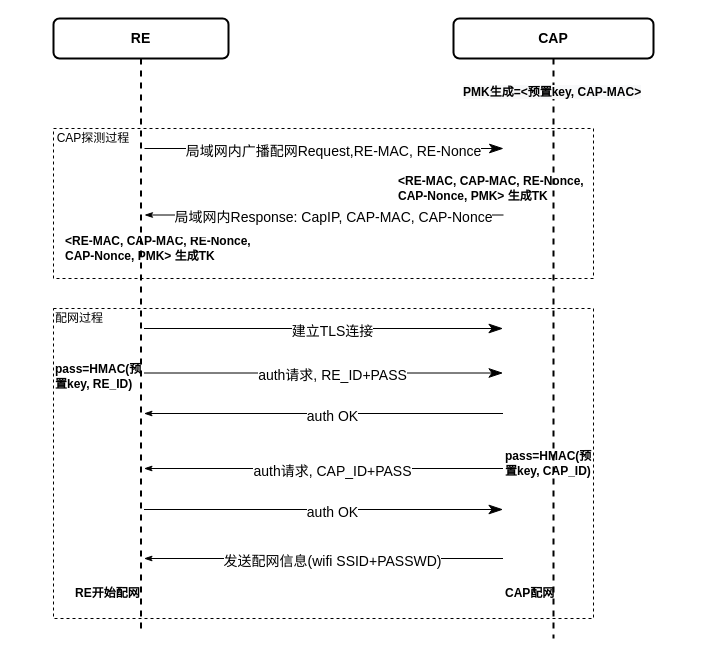
xdutaotao/draw.io keeps this draw.io diagram as page "增强方案" (2 of 2) of 有线Mesh配网.drawio. Above is the earlier version. Source tidied: cells renumbered, new cells numbered last; positions are measured from the earlier drawing's top-left corner, leaving out a move shared by most shapes. Both pictures are drawn from the tidied source at 100%, with x=0, y=0 at pixel (53, 18).
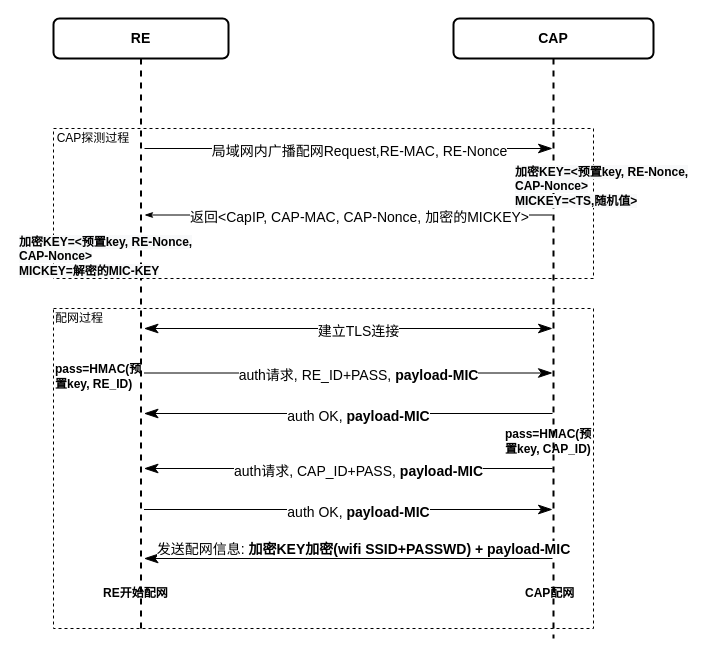
After the change.

The change refers to these unchanged cells:
```xml
<mxCell id="4" value="&lt;font style=&quot;font-size: 14px&quot;&gt;RE&lt;/font&gt;" style="shape=umlLifeline;perimeter=lifelinePerimeter;whiteSpace=wrap;html=1;strokeWidth=2;rounded=1;fontStyle=1;" parent="1" vertex="1">
  <mxGeometry width="175" height="610" as="geometry" />
</mxCell>
<mxCell id="6" value="&lt;font style=&quot;font-size: 14px&quot;&gt;CAP&lt;br&gt;&lt;/font&gt;" style="shape=umlLifeline;perimeter=lifelinePerimeter;whiteSpace=wrap;html=1;outlineConnect=0;strokeWidth=2;rounded=1;fontStyle=1;" parent="1" vertex="1">
  <mxGeometry x="400" width="200" height="620" as="geometry" />
</mxCell>
```

Change to the diagram source:
```diff
@@
     <mxCell id="2" style="rounded=0;whiteSpace=wrap;html=1;strokeWidth=1;dashed=1;" parent="1" vertex="1">
-      <mxGeometry y="290" width="540" height="310" as="geometry" />
+      <mxGeometry y="290" width="540" height="320" as="geometry" />
     </mxCell>
@@
-    <mxCell id="5" value="&amp;lt;RE-MAC, CAP-MAC, RE-Nonce, CAP-Nonce, PMK&amp;gt; 生成TK" style="text;html=1;strokeColor=none;fillColor=none;align=left;verticalAlign=middle;whiteSpace=wrap;rounded=0;dashed=1;fontStyle=1;" parent="4" vertex="1">
-      <mxGeometry x="10" y="210" width="215" height="40" as="geometry" />
-    </mxCell>
@@
-    <mxCell id="7" value="&lt;span style=&quot;color: rgb(0 , 0 , 0) ; font-family: &amp;#34;helvetica&amp;#34; ; font-size: 12px ; font-style: normal ; font-weight: 700 ; letter-spacing: normal ; text-align: left ; text-indent: 0px ; text-transform: none ; word-spacing: 0px ; background-color: rgb(248 , 249 , 250) ; display: inline ; float: none&quot;&gt;PMK生成=&amp;lt;预置key, CAP-MAC&amp;gt;&lt;/span&gt;" style="text;whiteSpace=wrap;html=1;" parent="6" vertex="1">
-      <mxGeometry x="7.5" y="60" width="192.5" height="30" as="geometry" />
-    </mxCell>
-    <mxCell id="8" style="endArrow=none;endFill=0;endSize=12;html=1;startArrow=classicThin;startFill=1;" parent="1" edge="1">
+    <mxCell id="8" style="endArrow=none;endFill=0;endSize=12;html=1;startArrow=classicThin;startFill=1;" parent="1" edge="1" target="6">
       <mxGeometry relative="1" as="geometry">
         <mxPoint x="91" y="196.5" as="sourcePoint" />
-        <mxPoint x="450" y="196.5" as="targetPoint" />
       </mxGeometry>
     </mxCell>
-    <mxCell id="9" value="&lt;p&gt;&lt;span style=&quot;font-size: 14px&quot;&gt;局域网内Response: CapIP, CAP-MAC, CAP-Nonce&lt;/span&gt;&lt;/p&gt;" style="edgeLabel;html=1;align=center;verticalAlign=middle;" parent="8" vertex="1">
+    <mxCell id="9" value="&lt;p&gt;&lt;span style=&quot;font-size: 14px&quot;&gt;返回&amp;lt;CapIP, CAP-MAC, CAP-Nonce, 加密的MICKEY&amp;gt;&lt;/span&gt;&lt;/p&gt;" style="edgeLabel;html=1;align=center;verticalAlign=middle;" parent="8" vertex="1">
       <mxGeometry x="0.05" y="-2" relative="1" as="geometry" />
     </mxCell>
@@
-    <mxCell id="11" style="endArrow=classicThin;endFill=1;endSize=12;html=1;" parent="1" edge="1">
+    <mxCell id="11" style="endArrow=classicThin;endFill=1;endSize=12;html=1;startArrow=classicThin;startFill=1;startSize=12;" parent="1" edge="1" target="6">
       <mxGeometry relative="1" as="geometry">
         <mxPoint x="90.5" y="310" as="sourcePoint" />
-        <mxPoint x="449.5" y="310" as="targetPoint" />
       </mxGeometry>
     </mxCell>
@@
-    <mxCell id="13" style="endArrow=classicThin;endFill=1;endSize=12;html=1;" parent="1" edge="1">
+    <mxCell id="13" style="endArrow=classicThin;endFill=1;endSize=12;html=1;" parent="1" edge="1" target="6">
       <mxGeometry relative="1" as="geometry">
         <mxPoint x="90.5" y="354.5" as="sourcePoint" />
-        <mxPoint x="449.5" y="354.5" as="targetPoint" />
       </mxGeometry>
     </mxCell>
-    <mxCell id="14" value="&lt;span style=&quot;font-size: 14px&quot;&gt;auth请求, RE_ID+PASS&lt;/span&gt;" style="edgeLabel;html=1;align=center;verticalAlign=middle;" parent="13" vertex="1">
+    <mxCell id="14" value="&lt;span style=&quot;font-size: 14px&quot;&gt;auth请求, RE_ID+PASS, &lt;b&gt;payload-MIC&lt;/b&gt;&lt;br&gt;&lt;/span&gt;" style="edgeLabel;html=1;align=center;verticalAlign=middle;" parent="13" vertex="1">
       <mxGeometry x="0.05" y="-2" relative="1" as="geometry" />
     </mxCell>
-    <mxCell id="15" style="endArrow=none;endFill=0;endSize=12;html=1;startArrow=classicThin;startFill=1;" parent="1" edge="1">
+    <mxCell id="15" style="endArrow=none;endFill=0;endSize=12;html=1;startArrow=classicThin;startFill=1;startSize=12;" parent="1" edge="1" target="6">
       <mxGeometry relative="1" as="geometry">
         <mxPoint x="90.5" y="395" as="sourcePoint" />
-        <mxPoint x="449.5" y="395" as="targetPoint" />
       </mxGeometry>
     </mxCell>
-    <mxCell id="16" value="&lt;span style=&quot;font-size: 14px&quot;&gt;auth OK&lt;/span&gt;" style="edgeLabel;html=1;align=center;verticalAlign=middle;" parent="15" vertex="1">
+    <mxCell id="16" value="&lt;span style=&quot;font-size: 14px&quot;&gt;auth OK, &lt;b&gt;payload-MIC&lt;/b&gt;&lt;/span&gt;" style="edgeLabel;html=1;align=center;verticalAlign=middle;" parent="15" vertex="1">
       <mxGeometry x="0.05" y="-2" relative="1" as="geometry" />
     </mxCell>
-    <mxCell id="17" style="endArrow=none;endFill=0;endSize=12;html=1;startArrow=classicThin;startFill=1;" parent="1" edge="1">
+    <mxCell id="17" style="endArrow=none;endFill=0;endSize=12;html=1;startArrow=classicThin;startFill=1;startSize=12;" parent="1" edge="1" target="6">
       <mxGeometry relative="1" as="geometry">
         <mxPoint x="90.5" y="450" as="sourcePoint" />
-        <mxPoint x="449.5" y="450" as="targetPoint" />
       </mxGeometry>
     </mxCell>
-    <mxCell id="18" value="&lt;span style=&quot;font-size: 14px&quot;&gt;auth请求, CAP_ID+PASS&lt;/span&gt;" style="edgeLabel;html=1;align=center;verticalAlign=middle;" parent="17" vertex="1">
+    <mxCell id="18" value="&lt;span style=&quot;font-size: 14px&quot;&gt;auth请求, CAP_ID+PASS, &lt;b&gt;payload-MIC&lt;/b&gt;&lt;/span&gt;" style="edgeLabel;html=1;align=center;verticalAlign=middle;" parent="17" vertex="1">
       <mxGeometry x="0.05" y="-2" relative="1" as="geometry" />
     </mxCell>
-    <mxCell id="19" style="endArrow=classicThin;endFill=1;endSize=12;html=1;" parent="1" edge="1">
+    <mxCell id="19" style="endArrow=classicThin;endFill=1;endSize=12;html=1;" parent="1" edge="1" target="6">
       <mxGeometry relative="1" as="geometry">
         <mxPoint x="90.5" y="491" as="sourcePoint" />
-        <mxPoint x="449.5" y="491" as="targetPoint" />
       </mxGeometry>
     </mxCell>
-    <mxCell id="20" value="&lt;span style=&quot;font-size: 14px&quot;&gt;auth OK&lt;/span&gt;" style="edgeLabel;html=1;align=center;verticalAlign=middle;" parent="19" vertex="1">
+    <mxCell id="20" value="&lt;span style=&quot;font-size: 14px&quot;&gt;auth OK, &lt;b&gt;payload-MIC&lt;/b&gt;&lt;/span&gt;" style="edgeLabel;html=1;align=center;verticalAlign=middle;" parent="19" vertex="1">
       <mxGeometry x="0.05" y="-2" relative="1" as="geometry" />
     </mxCell>
-    <mxCell id="21" style="endArrow=none;endFill=0;endSize=12;html=1;startArrow=classicThin;startFill=1;" parent="1" edge="1">
+    <mxCell id="21" style="endArrow=none;endFill=0;endSize=12;html=1;startArrow=classicThin;startFill=1;startSize=12;" parent="1" edge="1" target="6">
       <mxGeometry relative="1" as="geometry">
         <mxPoint x="90.5" y="540" as="sourcePoint" />
-        <mxPoint x="449.5" y="540" as="targetPoint" />
       </mxGeometry>
     </mxCell>
-    <mxCell id="22" value="&lt;span style=&quot;font-size: 14px&quot;&gt;发送配网信息(wifi SSID+PASSWD)&lt;/span&gt;" style="edgeLabel;html=1;align=center;verticalAlign=middle;" parent="21" vertex="1">
-      <mxGeometry x="0.05" y="-2" relative="1" as="geometry" />
+    <mxCell id="22" value="&lt;span style=&quot;font-size: 14px&quot;&gt;发送配网信息: &lt;b&gt;加密KEY加密(wifi SSID+PASSWD) + payload-MIC&lt;/b&gt;&lt;/span&gt;" style="edgeLabel;html=1;align=center;verticalAlign=middle;" parent="21" vertex="1">
+      <mxGeometry x="0.05" y="-2" relative="1" as="geometry">
+        <mxPoint x="4.5" y="-12" as="offset" />
+      </mxGeometry>
     </mxCell>
@@
     <mxCell id="24" value="RE开始配网" style="text;html=1;strokeColor=none;fillColor=none;align=left;verticalAlign=middle;whiteSpace=wrap;rounded=0;dashed=1;fontStyle=1;" parent="1" vertex="1">
-      <mxGeometry x="20" y="565" width="80" height="20" as="geometry" />
+      <mxGeometry x="47.5" y="565" width="80" height="20" as="geometry" />
     </mxCell>
     <mxCell id="25" value="CAP配网" style="text;html=1;strokeColor=none;fillColor=none;align=left;verticalAlign=middle;whiteSpace=wrap;rounded=0;dashed=1;fontStyle=1;" parent="1" vertex="1">
-      <mxGeometry x="450" y="565" width="80" height="20" as="geometry" />
+      <mxGeometry x="470" y="565" width="80" height="20" as="geometry" />
     </mxCell>
@@
     <mxCell id="27" value="pass=HMAC(预置key, CAP_ID)" style="text;html=1;strokeColor=none;fillColor=none;align=left;verticalAlign=middle;whiteSpace=wrap;rounded=0;dashed=1;fontStyle=1;" parent="1" vertex="1">
-      <mxGeometry x="450" y="432.5" width="90" height="25" as="geometry" />
+      <mxGeometry x="450" y="410" width="90" height="25" as="geometry" />
     </mxCell>
     <mxCell id="28" style="endArrow=classicThin;endFill=1;endSize=12;html=1;" parent="1" edge="1">
       <mxGeometry relative="1" as="geometry">
         <mxPoint x="91" y="130" as="sourcePoint" />
-        <mxPoint x="450" y="130" as="targetPoint" />
+        <mxPoint x="499" y="130" as="targetPoint" />
       </mxGeometry>
     </mxCell>
@@
-    <mxCell id="30" value="&amp;lt;RE-MAC, CAP-MAC, RE-Nonce, CAP-Nonce, PMK&amp;gt; 生成TK" style="text;html=1;strokeColor=none;fillColor=none;align=left;verticalAlign=middle;whiteSpace=wrap;rounded=0;dashed=1;fontStyle=1;" parent="1" vertex="1">
-      <mxGeometry x="342.5" y="150" width="215" height="40" as="geometry" />
-    </mxCell>
+    <mxCell id="7" value="&lt;span style=&quot;color: rgb(0 , 0 , 0) ; font-family: &amp;#34;helvetica&amp;#34; ; font-size: 12px ; font-style: normal ; font-weight: 700 ; letter-spacing: normal ; text-align: left ; text-indent: 0px ; text-transform: none ; word-spacing: 0px ; background-color: rgb(248 , 249 , 250) ; display: inline ; float: none&quot;&gt;加密KEY=&amp;lt;预置key, RE-Nonce, CAP-Nonce&amp;gt;&lt;br&gt;MICKEY=&amp;lt;TS,随机值&amp;gt;&lt;br&gt;&lt;/span&gt;" style="text;whiteSpace=wrap;html=1;" parent="1" vertex="1">
+      <mxGeometry x="460" y="140" width="192.5" height="50" as="geometry" />
+    </mxCell>
+    <mxCell id="31" value="&lt;span style=&quot;color: rgb(0 , 0 , 0) ; font-family: &amp;#34;helvetica&amp;#34; ; font-size: 12px ; font-style: normal ; font-weight: 700 ; letter-spacing: normal ; text-align: left ; text-indent: 0px ; text-transform: none ; word-spacing: 0px ; background-color: rgb(248 , 249 , 250) ; display: inline ; float: none&quot;&gt;加密KEY=&amp;lt;预置key, RE-Nonce, CAP-Nonce&amp;gt;&lt;br&gt;MICKEY=解密的MIC-KEY&lt;br&gt;&lt;/span&gt;" style="text;whiteSpace=wrap;html=1;" parent="1" vertex="1">
+      <mxGeometry x="-36.2" y="210" width="192.5" height="50" as="geometry" />
+    </mxCell>
```
